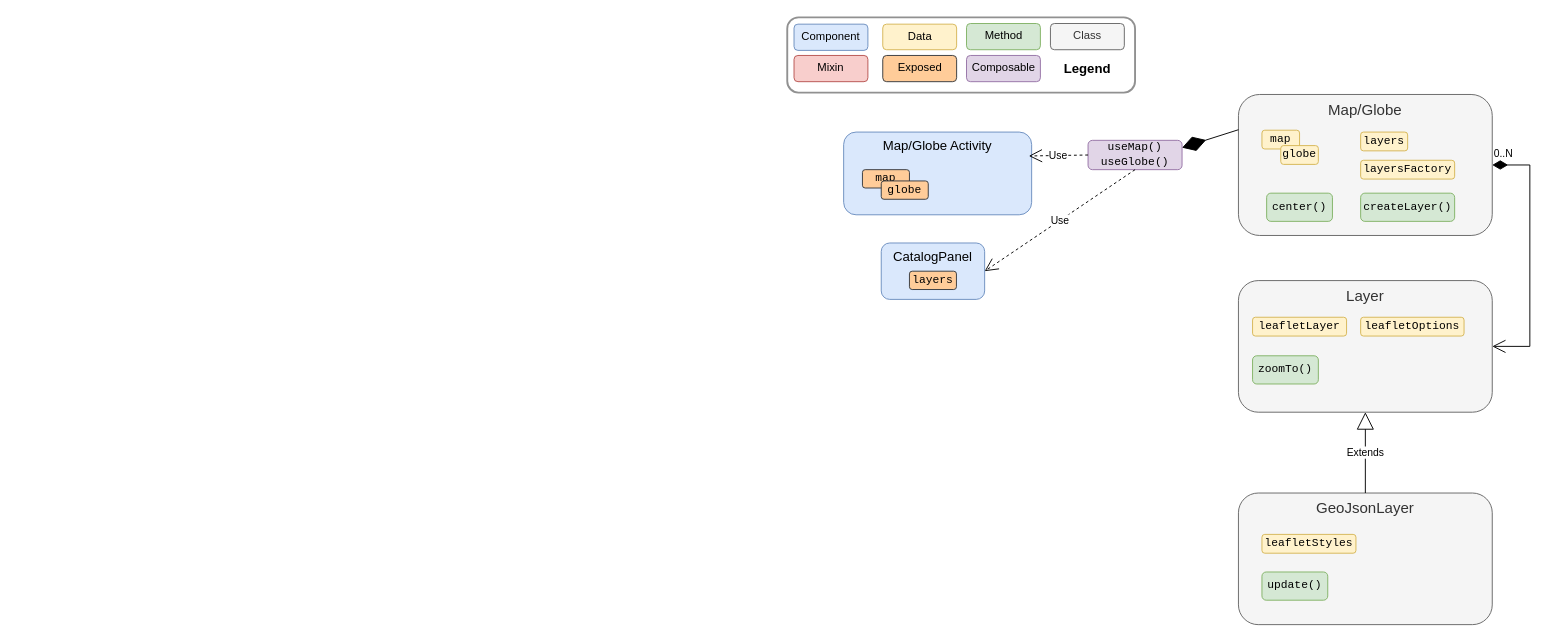
Above: page "To be" (2 of 2) of docs/.vitepress/public/Map Activity.drawio in kalisio/kdk (draw.io), before the change. Source tidied: cells renumbered, new cells numbered last; positions are measured from the earlier drawing's top-left corner, leaving out a move shared by most shapes. Both pictures are drawn from the tidied source at 94%, with x=0, y=0 at pixel (787, 17).
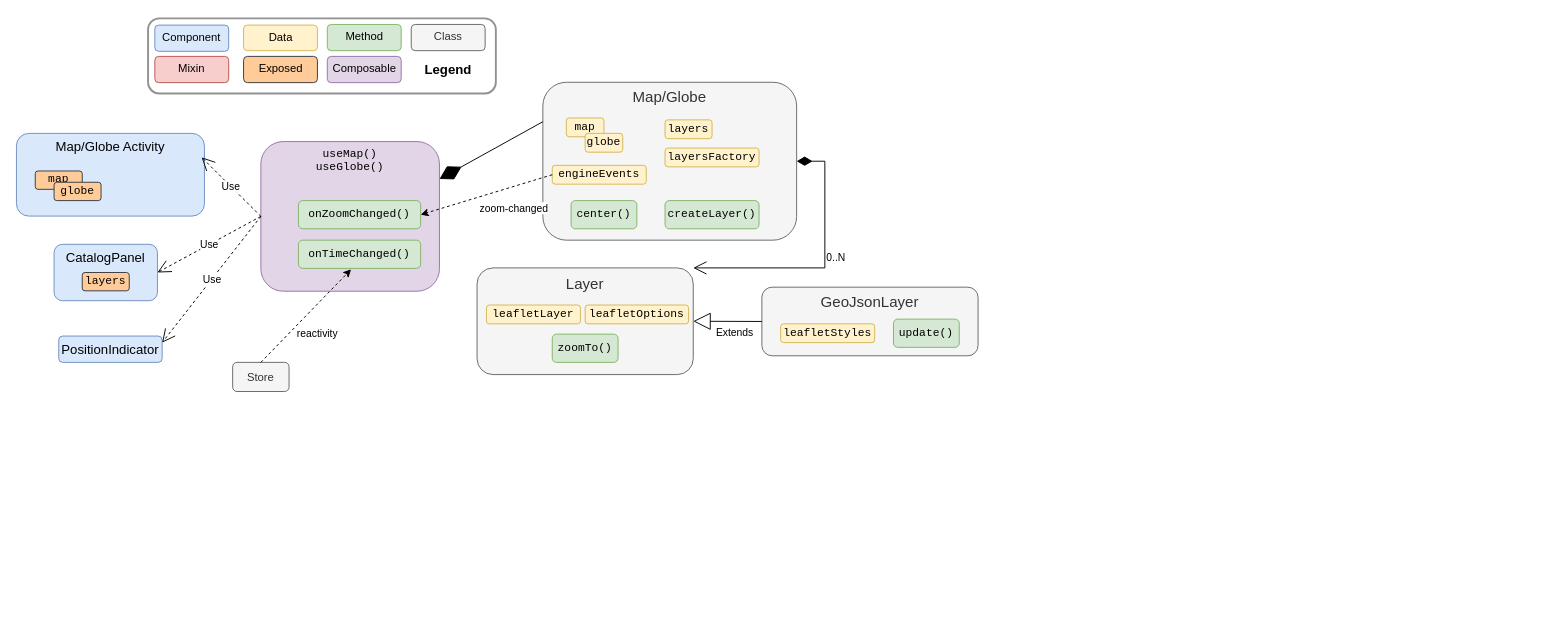
The same page after the edit.

What changed in the source:
```diff
@@
     <mxCell id="2" value="Map/Globe" style="rounded=1;whiteSpace=wrap;html=1;fillColor=#f5f5f5;strokeColor=#666666;fontSize=16;fontColor=#333333;verticalAlign=top;" parent="1" vertex="1">
-      <mxGeometry x="480" y="82" width="270" height="150" as="geometry" />
+      <mxGeometry x="-260" y="69" width="270" height="168" as="geometry" />
     </mxCell>
     <mxCell id="3" value="Layer" style="rounded=1;whiteSpace=wrap;html=1;fillColor=#f5f5f5;strokeColor=#666666;fontSize=16;fontColor=#333333;verticalAlign=top;" parent="1" vertex="1">
-      <mxGeometry x="480" y="280" width="270" height="140" as="geometry" />
+      <mxGeometry x="-330" y="266.5" width="230" height="113.5" as="geometry" />
     </mxCell>
     <mxCell id="4" value="&lt;font&gt;map&lt;/font&gt;" style="rounded=1;whiteSpace=wrap;html=1;fillColor=#fff2cc;strokeColor=#d6b656;fontSize=12;fontFamily=Courier New;" parent="1" vertex="1">
-      <mxGeometry x="505" y="120" width="40" height="20" as="geometry" />
+      <mxGeometry x="-235" y="107" width="40" height="20" as="geometry" />
     </mxCell>
     <mxCell id="5" value="&lt;font&gt;center()&lt;/font&gt;" style="rounded=1;whiteSpace=wrap;html=1;fillColor=#d5e8d4;strokeColor=#82b366;fontSize=12;fontFamily=Courier New;" parent="1" vertex="1">
-      <mxGeometry x="510" y="187" width="70" height="30" as="geometry" />
+      <mxGeometry x="-230" y="194.9" width="70" height="30" as="geometry" />
     </mxCell>
     <mxCell id="6" value="&lt;font&gt;layers&lt;/font&gt;" style="rounded=1;whiteSpace=wrap;html=1;fillColor=#fff2cc;strokeColor=#d6b656;fontSize=12;fontFamily=Courier New;" parent="1" vertex="1">
-      <mxGeometry x="610" y="122" width="50" height="20" as="geometry" />
+      <mxGeometry x="-130" y="109" width="50" height="20" as="geometry" />
     </mxCell>
     <mxCell id="7" value="&lt;font&gt;createLayer()&lt;/font&gt;" style="rounded=1;whiteSpace=wrap;html=1;fillColor=#d5e8d4;strokeColor=#82b366;fontSize=12;fontFamily=Courier New;" parent="1" vertex="1">
-      <mxGeometry x="610" y="187" width="100" height="30" as="geometry" />
+      <mxGeometry x="-130" y="194.9" width="100" height="30" as="geometry" />
     </mxCell>
     <mxCell id="8" value="&lt;font&gt;layersFactory&lt;/font&gt;" style="rounded=1;whiteSpace=wrap;html=1;fillColor=#fff2cc;strokeColor=#d6b656;fontSize=12;fontFamily=Courier New;" parent="1" vertex="1">
-      <mxGeometry x="610" y="152" width="100" height="20" as="geometry" />
+      <mxGeometry x="-130" y="139" width="100" height="20" as="geometry" />
     </mxCell>
     <mxCell id="9" value="&lt;font style=&quot;font-size: 14px&quot;&gt;Map/Globe Activity&lt;/font&gt;" style="rounded=1;whiteSpace=wrap;html=1;fillColor=#dae8fc;strokeColor=#6c8ebf;verticalAlign=top;" parent="1" vertex="1">
-      <mxGeometry x="60" y="122" width="200" height="88" as="geometry" />
+      <mxGeometry x="-820" y="123.4" width="200" height="88" as="geometry" />
     </mxCell>
     <mxCell id="10" value="GeoJsonLayer" style="rounded=1;whiteSpace=wrap;html=1;fillColor=#f5f5f5;strokeColor=#666666;fontSize=16;fontColor=#333333;verticalAlign=top;" parent="1" vertex="1">
-      <mxGeometry x="480" y="506" width="270" height="140" as="geometry" />
+      <mxGeometry x="-27" y="287" width="230" height="73" as="geometry" />
     </mxCell>
     <mxCell id="11" value="&lt;font&gt;leafletLayer&lt;/font&gt;" style="rounded=1;whiteSpace=wrap;html=1;fillColor=#fff2cc;strokeColor=#d6b656;fontSize=12;fontFamily=Courier New;" parent="1" vertex="1">
-      <mxGeometry x="495" y="319" width="100" height="20" as="geometry" />
+      <mxGeometry x="-320" y="306" width="100" height="20" as="geometry" />
     </mxCell>
     <mxCell id="12" value="&lt;font&gt;update()&lt;/font&gt;" style="rounded=1;whiteSpace=wrap;html=1;fillColor=#d5e8d4;strokeColor=#82b366;fontSize=12;fontFamily=Courier New;" parent="1" vertex="1">
-      <mxGeometry x="505" y="590" width="70" height="30" as="geometry" />
+      <mxGeometry x="113" y="321" width="70" height="30" as="geometry" />
     </mxCell>
     <mxCell id="13" value="&lt;font&gt;zoomTo()&lt;/font&gt;" style="rounded=1;whiteSpace=wrap;html=1;fillColor=#d5e8d4;strokeColor=#82b366;fontSize=12;fontFamily=Courier New;" parent="1" vertex="1">
-      <mxGeometry x="495" y="360" width="70" height="30" as="geometry" />
+      <mxGeometry x="-250" y="337" width="70" height="30" as="geometry" />
     </mxCell>
     <mxCell id="14" value="&lt;font&gt;leafletOptions&lt;/font&gt;" style="rounded=1;whiteSpace=wrap;html=1;fillColor=#fff2cc;strokeColor=#d6b656;fontSize=12;fontFamily=Courier New;" parent="1" vertex="1">
-      <mxGeometry x="610" y="319" width="110" height="20" as="geometry" />
+      <mxGeometry x="-215" y="306" width="110" height="20" as="geometry" />
     </mxCell>
-    <mxCell id="15" value="Extends" style="endArrow=block;endSize=16;endFill=0;html=1;rounded=0;entryX=0.5;entryY=1;entryDx=0;entryDy=0;exitX=0.5;exitY=0;exitDx=0;exitDy=0;" parent="1" edge="1" source="10" target="3">
-      <mxGeometry relative="1" as="geometry" />
+    <mxCell id="15" value="Extends" style="endArrow=block;endSize=16;endFill=0;html=1;rounded=0;entryX=1;entryY=0.5;entryDx=0;entryDy=0;exitX=0;exitY=0.5;exitDx=0;exitDy=0;" parent="1" edge="1" source="10" target="3">
+      <mxGeometry x="-0.2" y="12" relative="1" as="geometry" />
     </mxCell>
-    <mxCell id="16" value="0..N" style="endArrow=open;html=1;endSize=12;startArrow=diamondThin;startSize=14;startFill=1;edgeStyle=orthogonalEdgeStyle;align=left;verticalAlign=bottom;rounded=0;exitX=1;exitY=0.5;exitDx=0;exitDy=0;entryX=1;entryY=0.5;entryDx=0;entryDy=0;" parent="1" edge="1" source="2" target="3">
-      <mxGeometry x="-1" y="3" relative="1" as="geometry">
+    <mxCell id="16" value="0..N" style="endArrow=open;html=1;endSize=12;startArrow=diamondThin;startSize=14;startFill=1;edgeStyle=orthogonalEdgeStyle;align=left;verticalAlign=bottom;rounded=0;exitX=1;exitY=0.5;exitDx=0;exitDy=0;entryX=1;entryY=0;entryDx=0;entryDy=0;" parent="1" edge="1" source="2" target="3">
+      <mxGeometry relative="1" as="geometry">
         <Array as="points">
-          <mxPoint x="790" y="157" />
-          <mxPoint x="790" y="350" />
+          <mxPoint x="40" y="153" />
+          <mxPoint x="40" y="267" />
         </Array>
       </mxGeometry>
     </mxCell>
-    <mxCell id="17" value="useMap()&lt;br&gt;useGlobe()" style="rounded=1;whiteSpace=wrap;html=1;fillColor=#e1d5e7;strokeColor=#9673a6;fontSize=12;fontFamily=Courier New;" parent="1" vertex="1">
-      <mxGeometry x="320" y="130.8" width="100" height="31.2" as="geometry" />
+    <mxCell id="17" value="useMap()&lt;br&gt;useGlobe()" style="rounded=1;whiteSpace=wrap;html=1;fillColor=#e1d5e7;strokeColor=#9673a6;fontSize=12;fontFamily=Courier New;verticalAlign=top;" parent="1" vertex="1">
+      <mxGeometry x="-560" y="132.1" width="190" height="159.2" as="geometry" />
     </mxCell>
@@
     <mxCell id="20" value="&lt;font&gt;leafletStyles&lt;/font&gt;" style="rounded=1;whiteSpace=wrap;html=1;fillColor=#fff2cc;strokeColor=#d6b656;fontSize=12;fontFamily=Courier New;" parent="1" vertex="1">
-      <mxGeometry x="505" y="550" width="100" height="20" as="geometry" />
+      <mxGeometry x="-7" y="326" width="100" height="20" as="geometry" />
     </mxCell>
     <mxCell id="21" style="group;" parent="1" vertex="1">
-      <mxGeometry width="370" height="80" as="geometry" />
+      <mxGeometry x="-680" y="1" width="370" height="80" as="geometry" />
     </mxCell>
@@
     <mxCell id="31" value="&lt;font&gt;globe&lt;/font&gt;" style="rounded=1;whiteSpace=wrap;html=1;fillColor=#fff2cc;strokeColor=#d6b656;fontSize=12;fontFamily=Courier New;" parent="1" vertex="1">
-      <mxGeometry x="525" y="136.4" width="40" height="20" as="geometry" />
+      <mxGeometry x="-215" y="123.4" width="40" height="20" as="geometry" />
     </mxCell>
     <mxCell id="32" value="&lt;font style=&quot;font-size: 14px&quot;&gt;CatalogPanel&lt;/font&gt;" style="rounded=1;whiteSpace=wrap;html=1;fillColor=#dae8fc;strokeColor=#6c8ebf;verticalAlign=top;" parent="1" vertex="1">
-      <mxGeometry x="100" y="240" width="110" height="60" as="geometry" />
+      <mxGeometry x="-780" y="241.4" width="110" height="60" as="geometry" />
     </mxCell>
-    <mxCell id="33" value="Use" style="endArrow=open;endSize=12;dashed=1;html=1;rounded=0;exitX=0.5;exitY=1;exitDx=0;exitDy=0;entryX=1;entryY=0.5;entryDx=0;entryDy=0;" parent="1" edge="1" source="17" target="32">
+    <mxCell id="33" value="Use" style="endArrow=open;endSize=12;dashed=1;html=1;rounded=0;exitX=0;exitY=0.5;exitDx=0;exitDy=0;entryX=1;entryY=0.5;entryDx=0;entryDy=0;" parent="1" edge="1" source="17" target="32">
       <mxGeometry relative="1" as="geometry" />
     </mxCell>
     <mxCell id="34" value="layers" style="rounded=1;whiteSpace=wrap;html=1;fontSize=12;fillColor=#ffcc99;strokeColor=#36393d;fontFamily=Courier New;" parent="1" vertex="1">
-      <mxGeometry x="130" y="270" width="50" height="19.5" as="geometry" />
+      <mxGeometry x="-750" y="271.4" width="50" height="19.5" as="geometry" />
     </mxCell>
     <mxCell id="35" value="map" style="rounded=1;whiteSpace=wrap;html=1;fontSize=12;fillColor=#ffcc99;strokeColor=#36393d;fontFamily=Courier New;" parent="1" vertex="1">
-      <mxGeometry x="80" y="162" width="50" height="19.5" as="geometry" />
+      <mxGeometry x="-800" y="163.4" width="50" height="19.5" as="geometry" />
     </mxCell>
     <mxCell id="36" value="globe" style="rounded=1;whiteSpace=wrap;html=1;fontSize=12;fillColor=#ffcc99;strokeColor=#36393d;fontFamily=Courier New;" parent="1" vertex="1">
-      <mxGeometry x="100" y="174" width="50" height="19.5" as="geometry" />
+      <mxGeometry x="-780" y="175.4" width="50" height="19.5" as="geometry" />
     </mxCell>
+    <mxCell id="37" value="Store" style="rounded=1;whiteSpace=wrap;html=1;fillColor=#f5f5f5;strokeColor=#666666;fontSize=12;fontColor=#333333;" parent="1" vertex="1">
+      <mxGeometry x="-590" y="367" width="60" height="31" as="geometry" />
+    </mxCell>
+    <mxCell id="38" style="endArrow=classic;html=1;rounded=0;exitX=0.5;exitY=0;exitDx=0;exitDy=0;dashed=1;entryX=0.431;entryY=1.033;entryDx=0;entryDy=0;entryPerimeter=0;" parent="1" edge="1" source="37" target="41">
+      <mxGeometry relative="1" as="geometry" />
+    </mxCell>
+    <mxCell id="39" value="reactivity" style="edgeLabel;html=1;align=center;verticalAlign=middle;" parent="38" vertex="1">
+      <mxGeometry x="-0.3" y="1" relative="1" as="geometry">
+        <mxPoint x="27" y="5" as="offset" />
+      </mxGeometry>
+    </mxCell>
+    <mxCell id="40" value="&lt;font&gt;onZoomChanged()&lt;/font&gt;" style="rounded=1;whiteSpace=wrap;html=1;fillColor=#d5e8d4;strokeColor=#82b366;fontSize=12;fontFamily=Courier New;" parent="1" vertex="1">
+      <mxGeometry x="-520" y="194.9" width="130" height="30" as="geometry" />
+    </mxCell>
+    <mxCell id="41" value="&lt;font&gt;onTimeChanged()&lt;/font&gt;" style="rounded=1;whiteSpace=wrap;html=1;fillColor=#d5e8d4;strokeColor=#82b366;fontSize=12;fontFamily=Courier New;" parent="1" vertex="1">
+      <mxGeometry x="-520" y="237" width="130" height="30" as="geometry" />
+    </mxCell>
+    <mxCell id="42" value="&lt;font&gt;engineEvents&lt;/font&gt;" style="rounded=1;whiteSpace=wrap;html=1;fillColor=#fff2cc;strokeColor=#d6b656;fontSize=12;fontFamily=Courier New;" parent="1" vertex="1">
+      <mxGeometry x="-250" y="157.4" width="100" height="20" as="geometry" />
+    </mxCell>
+    <mxCell id="43" style="endArrow=classic;html=1;rounded=0;exitX=0;exitY=0.5;exitDx=0;exitDy=0;entryX=1;entryY=0.5;entryDx=0;entryDy=0;dashed=1;" parent="1" edge="1" source="42" target="40">
+      <mxGeometry relative="1" as="geometry" />
+    </mxCell>
+    <mxCell id="44" value="zoom-changed" style="edgeLabel;html=1;align=center;verticalAlign=middle;" parent="43" vertex="1">
+      <mxGeometry x="-0.3" y="1" relative="1" as="geometry">
+        <mxPoint x="7" y="19" as="offset" />
+      </mxGeometry>
+    </mxCell>
+    <mxCell id="45" value="&lt;font style=&quot;font-size: 14px&quot;&gt;PositionIndicator&lt;/font&gt;" style="rounded=1;whiteSpace=wrap;html=1;fillColor=#dae8fc;strokeColor=#6c8ebf;verticalAlign=top;" parent="1" vertex="1">
+      <mxGeometry x="-775" y="339" width="110" height="28" as="geometry" />
+    </mxCell>
+    <mxCell id="46" value="Use" style="endArrow=open;endSize=12;dashed=1;html=1;rounded=0;exitX=0;exitY=0.5;exitDx=0;exitDy=0;entryX=1;entryY=0.25;entryDx=0;entryDy=0;" parent="1" edge="1" source="17" target="45">
+      <mxGeometry relative="1" as="geometry" />
+    </mxCell>
```
